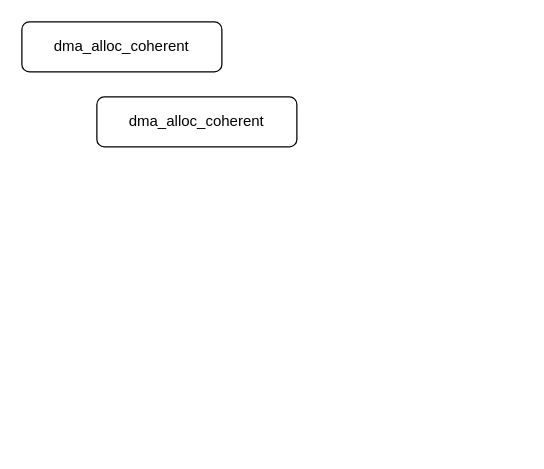
Before: page "DMA" (1 of 4) of linux/linux-driver.drawio in Aspiresky/draw.io, a draw.io diagram. Source tidied: cells renumbered, new cells numbered last; positions are measured from the earlier drawing's top-left corner, leaving out a move shared by most shapes. Both pictures are drawn from the tidied source at 125%, with x=0, y=0 at pixel (21, 21).
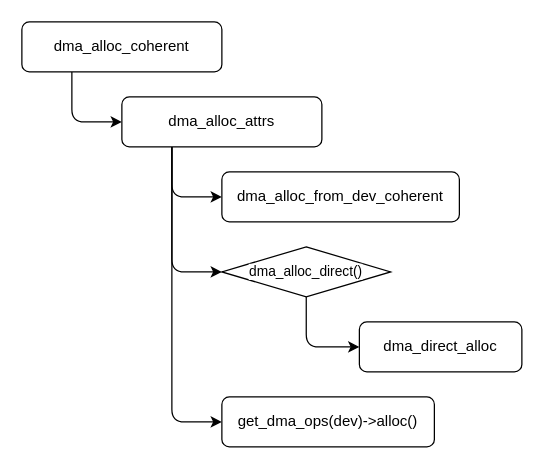
Above is the later version.

Change to the diagram source:
```diff
@@
 <mxGraphModel>
   <root>
     <mxCell id="0" />
     <mxCell id="1" parent="0" />
+    <mxCell id="4" style="edgeStyle=orthogonalEdgeStyle;rounded=1;jettySize=auto;html=1;exitX=0.25;exitY=1;exitDx=0;exitDy=0;entryX=0;entryY=0.5;entryDx=0;entryDy=0;strokeColor=default;align=center;verticalAlign=middle;fontFamily=Helvetica;fontSize=11;fontColor=default;labelBackgroundColor=default;endArrow=classic;" parent="1" edge="1" source="2" target="3">
+      <mxGeometry relative="1" as="geometry" />
+    </mxCell>
     <mxCell id="2" value="dma_alloc_coherent" style="rounded=1;whiteSpace=wrap;html=1;" parent="1" vertex="1">
       <mxGeometry width="160" height="40" as="geometry" />
     </mxCell>
+    <mxCell id="5" style="edgeStyle=orthogonalEdgeStyle;rounded=1;jettySize=auto;html=1;exitX=0.25;exitY=1;exitDx=0;exitDy=0;entryX=0;entryY=0.5;entryDx=0;entryDy=0;strokeColor=default;align=center;verticalAlign=middle;fontFamily=Helvetica;fontSize=11;fontColor=default;labelBackgroundColor=default;endArrow=classic;" parent="1" edge="1" source="3" target="9">
+      <mxGeometry relative="1" as="geometry" />
+    </mxCell>
+    <mxCell id="6" style="edgeStyle=orthogonalEdgeStyle;rounded=1;jettySize=auto;html=1;exitX=0.5;exitY=1;exitDx=0;exitDy=0;entryX=0;entryY=0.5;entryDx=0;entryDy=0;strokeColor=default;align=center;verticalAlign=middle;fontFamily=Helvetica;fontSize=11;fontColor=default;labelBackgroundColor=default;endArrow=classic;" parent="1" edge="1" source="12" target="10">
+      <mxGeometry relative="1" as="geometry" />
+    </mxCell>
+    <mxCell id="7" style="edgeStyle=orthogonalEdgeStyle;rounded=1;jettySize=auto;html=1;exitX=0.25;exitY=1;exitDx=0;exitDy=0;entryX=0;entryY=0.5;entryDx=0;entryDy=0;strokeColor=default;align=center;verticalAlign=middle;fontFamily=Helvetica;fontSize=11;fontColor=default;labelBackgroundColor=default;endArrow=classic;" parent="1" edge="1" source="3" target="11">
+      <mxGeometry relative="1" as="geometry" />
+    </mxCell>
+    <mxCell id="8" style="edgeStyle=orthogonalEdgeStyle;rounded=1;jettySize=auto;html=1;exitX=0.25;exitY=1;exitDx=0;exitDy=0;entryX=0;entryY=0.5;entryDx=0;entryDy=0;strokeColor=default;align=center;verticalAlign=middle;fontFamily=Helvetica;fontSize=11;fontColor=default;labelBackgroundColor=default;endArrow=classic;" parent="1" edge="1" source="3" target="12">
+      <mxGeometry relative="1" as="geometry" />
+    </mxCell>
-    <mxCell id="3" value="dma_alloc_coherent" style="rounded=1;whiteSpace=wrap;html=1;" parent="1" vertex="1">
-      <mxGeometry x="60" y="60" width="160" height="40" as="geometry" />
+    <mxCell id="3" value="dma_alloc_attrs" style="rounded=1;whiteSpace=wrap;html=1;" parent="1" vertex="1">
+      <mxGeometry x="80" y="60" width="160" height="40" as="geometry" />
     </mxCell>
+    <mxCell id="9" value="dma_alloc_from_dev_coherent" style="rounded=1;whiteSpace=wrap;html=1;" parent="1" vertex="1">
+      <mxGeometry x="160" y="120" width="190" height="40" as="geometry" />
+    </mxCell>
+    <mxCell id="10" value="dma_direct_alloc" style="rounded=1;whiteSpace=wrap;html=1;" parent="1" vertex="1">
+      <mxGeometry x="270" y="240" width="130" height="40" as="geometry" />
+    </mxCell>
+    <mxCell id="11" value="get_dma_ops(dev)-&amp;gt;alloc()" style="rounded=1;whiteSpace=wrap;html=1;" parent="1" vertex="1">
+      <mxGeometry x="160" y="300" width="170" height="40" as="geometry" />
+    </mxCell>
+    <mxCell id="12" value="dma_alloc_direct()" style="rhombus;whiteSpace=wrap;html=1;fontFamily=Helvetica;fontSize=11;fontColor=default;labelBackgroundColor=default;" parent="1" vertex="1">
+      <mxGeometry x="160" y="180" width="135" height="40" as="geometry" />
+    </mxCell>
   </root>
 </mxGraphModel>
```
